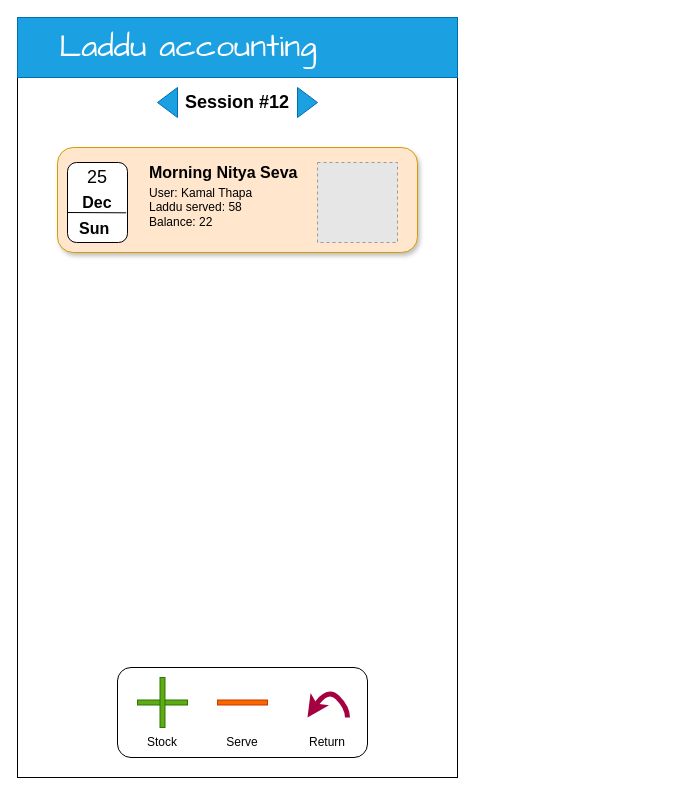
The draw.io diagram page "Laddu" (3 of 4) of docs/UI_design.drawio in jayantadn/vkhillseva, before the edit. Source tidied: cells renumbered, new cells numbered last; positions are measured from the earlier drawing's top-left corner, leaving out a move shared by most shapes. Both pictures are drawn from the tidied source at 100%, with x=0, y=0 at pixel (17, 17). Pictures stored in the file or linked from it are replaced by grey dashed boxes.
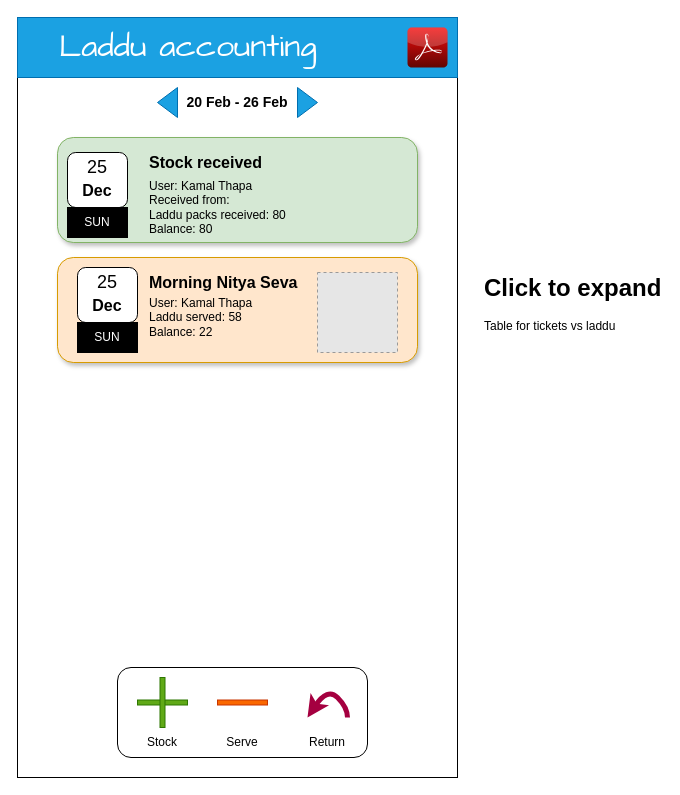
Above is the later version.

The edit, as a diff of the source:
```diff
@@
-    <mxCell id="4" value="Session #12" style="text;html=1;align=center;verticalAlign=middle;whiteSpace=wrap;rounded=0;fontSize=18;fontStyle=1;" parent="1" vertex="1">
+    <mxCell id="4" value="20 Feb - 26 Feb" style="text;html=1;align=center;verticalAlign=middle;whiteSpace=wrap;rounded=0;fontSize=14;fontStyle=1;" parent="1" vertex="1">
       <mxGeometry x="160" y="70" width="120" height="30" as="geometry" />
     </mxCell>
@@
-    <mxCell id="19" style="group;" parent="1" vertex="1">
-      <mxGeometry x="40" y="130" width="360" height="105" as="geometry" />
-    </mxCell>
+    <mxCell id="29" style="group;" parent="1" vertex="1">
+      <mxGeometry x="40" y="240" width="360" height="105" as="geometry" />
+    </mxCell>
-    <mxCell id="20" style="rounded=1;whiteSpace=wrap;html=1;shadow=1;fillColor=#ffe6cc;strokeColor=#d79b00;" parent="19" vertex="1">
+    <mxCell id="20" style="rounded=1;whiteSpace=wrap;html=1;shadow=1;fillColor=#ffe6cc;strokeColor=#d79b00;" parent="29" vertex="1">
       <mxGeometry width="360" height="105" as="geometry" />
     </mxCell>
-    <mxCell id="21" style="rounded=1;whiteSpace=wrap;html=1;" parent="19" vertex="1">
-      <mxGeometry x="10" y="15" width="60" height="80" as="geometry" />
-    </mxCell>
-    <mxCell id="22" style="endArrow=none;html=1;rounded=0;entryX=0.978;entryY=0.629;entryDx=0;entryDy=0;entryPerimeter=0;" parent="19" edge="1" target="21">
-      <mxGeometry relative="1" as="geometry">
-        <mxPoint x="10" y="65" as="sourcePoint" />
-      </mxGeometry>
-    </mxCell>
-    <mxCell id="23" value="25" style="text;html=1;align=center;verticalAlign=middle;whiteSpace=wrap;rounded=0;fontSize=18;" parent="19" vertex="1">
-      <mxGeometry x="10" y="15" width="60" height="30" as="geometry" />
-    </mxCell>
-    <mxCell id="24" value="Dec" style="text;html=1;align=center;verticalAlign=middle;whiteSpace=wrap;rounded=0;fontSize=16;fontStyle=1;" parent="19" vertex="1">
-      <mxGeometry x="10" y="40" width="60" height="30" as="geometry" />
-    </mxCell>
-    <mxCell id="25" value="User: Kamal Thapa&lt;div&gt;Laddu served: 58&lt;/div&gt;&lt;div&gt;Balance: 22&lt;/div&gt;" style="text;html=1;align=left;verticalAlign=middle;whiteSpace=wrap;rounded=0;" parent="19" vertex="1">
+    <mxCell id="25" value="User: Kamal Thapa&lt;div&gt;Laddu served: 58&lt;/div&gt;&lt;div&gt;Balance: 22&lt;/div&gt;" style="text;html=1;align=left;verticalAlign=middle;whiteSpace=wrap;rounded=0;" parent="29" vertex="1">
       <mxGeometry x="90" y="40" width="130" height="40" as="geometry" />
     </mxCell>
-    <mxCell id="26" value="&lt;span style=&quot;color: rgb(0, 0, 0); font-family: Helvetica; font-size: 16px; font-style: normal; font-variant-ligatures: normal; font-variant-caps: normal; font-weight: 700; letter-spacing: normal; orphans: 2; text-align: left; text-indent: 0px; text-transform: none; widows: 2; word-spacing: 0px; -webkit-text-stroke-width: 0px; white-space: normal; background-color: rgb(251, 251, 251); text-decoration-thickness: initial; text-decoration-style: initial; text-decoration-color: initial; display: inline !important; float: none;&quot;&gt;Sun&lt;/span&gt;" style="text;whiteSpace=wrap;html=1;" parent="19" vertex="1">
-      <mxGeometry x="20" y="65" width="40" height="40" as="geometry" />
-    </mxCell>
-    <mxCell id="27" value="Morning Nitya Seva" style="text;html=1;align=left;verticalAlign=middle;whiteSpace=wrap;rounded=0;fontStyle=1;fontSize=16;" parent="19" vertex="1">
+    <mxCell id="27" value="Morning Nitya Seva" style="text;html=1;align=left;verticalAlign=middle;whiteSpace=wrap;rounded=0;fontStyle=1;fontSize=16;" parent="29" vertex="1">
       <mxGeometry x="90" y="10" width="180" height="30" as="geometry" />
     </mxCell>
-    <mxCell id="28" style="fillColor=#E6E6E6;strokeColor=#999999;dashed=1;verticalLabelPosition=bottom;labelBackgroundColor=default;verticalAlign=top;" parent="19" vertex="1">
+    <mxCell id="28" style="fillColor=#E6E6E6;strokeColor=#999999;dashed=1;verticalLabelPosition=bottom;labelBackgroundColor=default;verticalAlign=top;" parent="29" vertex="1">
       <mxGeometry x="260" y="15" width="80" height="80" as="geometry" />
     </mxCell>
+    <mxCell id="30" style="rounded=1;whiteSpace=wrap;html=1;" parent="29" vertex="1">
+      <mxGeometry x="20" y="10" width="60" height="55" as="geometry" />
+    </mxCell>
+    <mxCell id="31" value="25" style="text;html=1;align=center;verticalAlign=middle;whiteSpace=wrap;rounded=0;fontSize=18;" parent="29" vertex="1">
+      <mxGeometry x="20" y="10" width="60" height="30" as="geometry" />
+    </mxCell>
+    <mxCell id="32" value="Dec" style="text;html=1;align=center;verticalAlign=middle;whiteSpace=wrap;rounded=0;fontSize=16;fontStyle=1;" parent="29" vertex="1">
+      <mxGeometry x="20" y="32.5" width="60" height="30" as="geometry" />
+    </mxCell>
+    <mxCell id="33" value="SUN" style="rounded=0;whiteSpace=wrap;html=1;fillColor=#000000;fontColor=#FFFFFF;" parent="29" vertex="1">
+      <mxGeometry x="20" y="65" width="60" height="30" as="geometry" />
+    </mxCell>
+    <mxCell id="34" style="group;" parent="1" vertex="1">
+      <mxGeometry x="40" y="120" width="360" height="105" as="geometry" />
+    </mxCell>
+    <mxCell id="35" style="rounded=1;whiteSpace=wrap;html=1;shadow=1;fillColor=#d5e8d4;strokeColor=#82b366;" parent="34" vertex="1">
+      <mxGeometry width="360" height="105" as="geometry" />
+    </mxCell>
+    <mxCell id="36" style="rounded=1;whiteSpace=wrap;html=1;" parent="34" vertex="1">
+      <mxGeometry x="10" y="15" width="60" height="55" as="geometry" />
+    </mxCell>
+    <mxCell id="23" value="25" style="text;html=1;align=center;verticalAlign=middle;whiteSpace=wrap;rounded=0;fontSize=18;" parent="34" vertex="1">
+      <mxGeometry x="10" y="15" width="60" height="30" as="geometry" />
+    </mxCell>
+    <mxCell id="37" value="Dec" style="text;html=1;align=center;verticalAlign=middle;whiteSpace=wrap;rounded=0;fontSize=16;fontStyle=1;" parent="34" vertex="1">
+      <mxGeometry x="10" y="37.5" width="60" height="30" as="geometry" />
+    </mxCell>
+    <mxCell id="38" value="User: Kamal Thapa&lt;div&gt;Received from:&amp;nbsp;&lt;br&gt;&lt;div&gt;Laddu packs received: 80&lt;/div&gt;&lt;div&gt;Balance: 80&lt;/div&gt;&lt;/div&gt;" style="text;html=1;align=left;verticalAlign=middle;whiteSpace=wrap;rounded=0;" parent="34" vertex="1">
+      <mxGeometry x="90" y="40" width="220" height="60" as="geometry" />
+    </mxCell>
+    <mxCell id="39" value="Stock received" style="text;html=1;align=left;verticalAlign=middle;whiteSpace=wrap;rounded=0;fontStyle=1;fontSize=16;" parent="34" vertex="1">
+      <mxGeometry x="90" y="10" width="180" height="30" as="geometry" />
+    </mxCell>
+    <mxCell id="40" value="SUN" style="rounded=0;whiteSpace=wrap;html=1;fillColor=#000000;fontColor=#FFFFFF;" parent="34" vertex="1">
+      <mxGeometry x="10" y="70" width="60" height="30" as="geometry" />
+    </mxCell>
+    <mxCell id="41" style="dashed=0;html=1;align=center;labelPosition=center;verticalLabelPosition=bottom;verticalAlign=top;shape=mxgraph.webicons.adobe_pdf;fillColor=#F40C0C;gradientColor=#610603;" parent="1" vertex="1">
+      <mxGeometry x="390" y="10" width="40" height="40" as="geometry" />
+    </mxCell>
+    <mxCell id="42" value="&lt;h1 style=&quot;margin-top: 0px;&quot;&gt;Click to expand&lt;/h1&gt;&lt;p&gt;Table for tickets vs laddu&lt;/p&gt;" style="text;html=1;whiteSpace=wrap;overflow=hidden;rounded=0;" parent="1" vertex="1">
+      <mxGeometry x="465" y="250" width="180" height="120" as="geometry" />
+    </mxCell>
```
